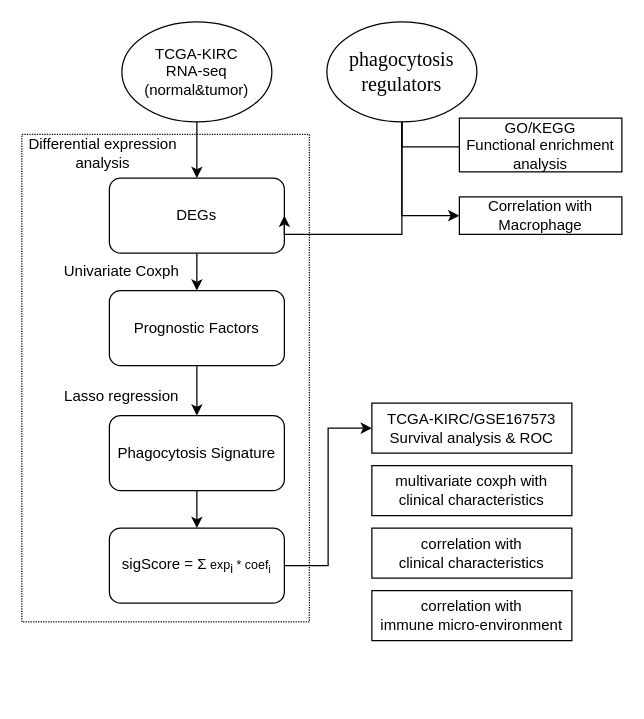
This is Untitled Diagram.drawio from gnilihzeux/Bioinformatics_Pipeline, a draw.io file, before an edit. Source tidied: cells renumbered, new cells numbered last; positions are measured from the earlier drawing's top-left corner, leaving out a move shared by most shapes. Both pictures are drawn from the tidied source at 125%, with x=0, y=0 at pixel (21, 21).
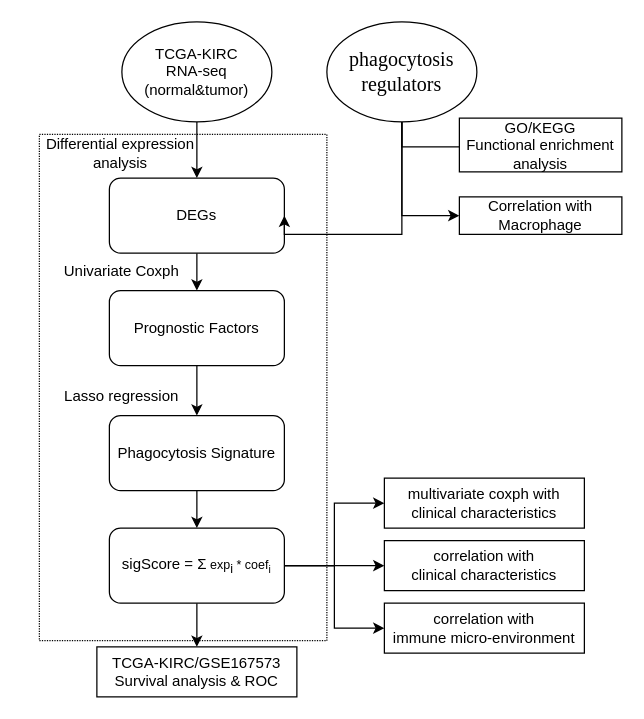
The same diagram, later.

Unchanged cells that the change refers to:
```xml
<mxCell id="20" value="sigScore = Σ&lt;span style=&quot;font-size: 10px&quot;&gt;&amp;nbsp;&lt;/span&gt;&lt;span style=&quot;font-size: 10px&quot;&gt;exp&lt;/span&gt;&lt;sub&gt;i&amp;nbsp;&lt;/sub&gt;&lt;span style=&quot;font-size: 10px&quot;&gt;* coef&lt;sub&gt;i&lt;/sub&gt;&lt;/span&gt;" style="whiteSpace=wrap;html=1;rounded=1;" parent="1" vertex="1">
  <mxGeometry x="70" y="405" width="140" height="60" as="geometry" />
</mxCell>
```

Diff of the diagram source:
```diff
@@
     <mxCell id="14" value="Differential expression&lt;br&gt;analysis" style="text;html=1;strokeColor=none;fillColor=none;align=center;verticalAlign=middle;whiteSpace=wrap;rounded=0;" parent="1" vertex="1">
-      <mxGeometry y="90" width="130" height="30" as="geometry" />
+      <mxGeometry x="14" y="90" width="130" height="30" as="geometry" />
     </mxCell>
@@
-    <mxCell id="19" style="edgeStyle=orthogonalEdgeStyle;rounded=0;jettySize=auto;html=1;entryX=0;entryY=0.5;entryDx=0;entryDy=0;" parent="1" edge="1" source="20" target="23">
+    <mxCell id="19" style="edgeStyle=orthogonalEdgeStyle;rounded=0;jettySize=auto;html=1;" parent="1" edge="1" source="20" target="23">
       <mxGeometry relative="1" as="geometry" />
     </mxCell>
+    <mxCell id="27" style="edgeStyle=orthogonalEdgeStyle;rounded=0;jettySize=auto;html=1;exitX=1;exitY=0.5;exitDx=0;exitDy=0;entryX=0;entryY=0.5;entryDx=0;entryDy=0;" parent="1" edge="1" source="20" target="24">
+      <mxGeometry relative="1" as="geometry" />
+    </mxCell>
+    <mxCell id="28" style="edgeStyle=orthogonalEdgeStyle;rounded=0;jettySize=auto;html=1;entryX=0;entryY=0.5;entryDx=0;entryDy=0;" parent="1" edge="1" source="20" target="25">
+      <mxGeometry relative="1" as="geometry" />
+    </mxCell>
+    <mxCell id="29" style="edgeStyle=orthogonalEdgeStyle;rounded=0;jettySize=auto;html=1;entryX=0;entryY=0.5;entryDx=0;entryDy=0;" parent="1" edge="1" source="20" target="26">
+      <mxGeometry relative="1" as="geometry" />
+    </mxCell>
@@
     <mxCell id="22" style="rounded=0;whiteSpace=wrap;html=1;fillColor=none;dashed=1;dashPattern=1 1;" parent="1" vertex="1">
-      <mxGeometry y="90" width="230" height="390" as="geometry" />
+      <mxGeometry x="14" y="90" width="230" height="405" as="geometry" />
     </mxCell>
     <mxCell id="23" value="TCGA-KIRC/GSE167573&lt;br&gt;Survival analysis &amp;amp; ROC" style="rounded=0;whiteSpace=wrap;html=1;fillColor=none;" parent="1" vertex="1">
-      <mxGeometry x="280" y="305" width="160" height="40" as="geometry" />
+      <mxGeometry x="60" y="500" width="160" height="40" as="geometry" />
     </mxCell>
     <mxCell id="24" value="correlation with&lt;br&gt;clinical characteristics" style="rounded=0;whiteSpace=wrap;html=1;fillColor=none;" parent="1" vertex="1">
-      <mxGeometry x="280" y="405" width="160" height="40" as="geometry" />
+      <mxGeometry x="290" y="415" width="160" height="40" as="geometry" />
     </mxCell>
     <mxCell id="25" value="multivariate coxph with&lt;br&gt;clinical characteristics" style="rounded=0;whiteSpace=wrap;html=1;fillColor=none;" parent="1" vertex="1">
-      <mxGeometry x="280" y="355" width="160" height="40" as="geometry" />
+      <mxGeometry x="290" y="365" width="160" height="40" as="geometry" />
     </mxCell>
     <mxCell id="26" value="correlation with&lt;br&gt;immune micro-environment" style="rounded=0;whiteSpace=wrap;html=1;fillColor=none;" parent="1" vertex="1">
-      <mxGeometry x="280" y="455" width="160" height="40" as="geometry" />
+      <mxGeometry x="290" y="465" width="160" height="40" as="geometry" />
     </mxCell>
```
